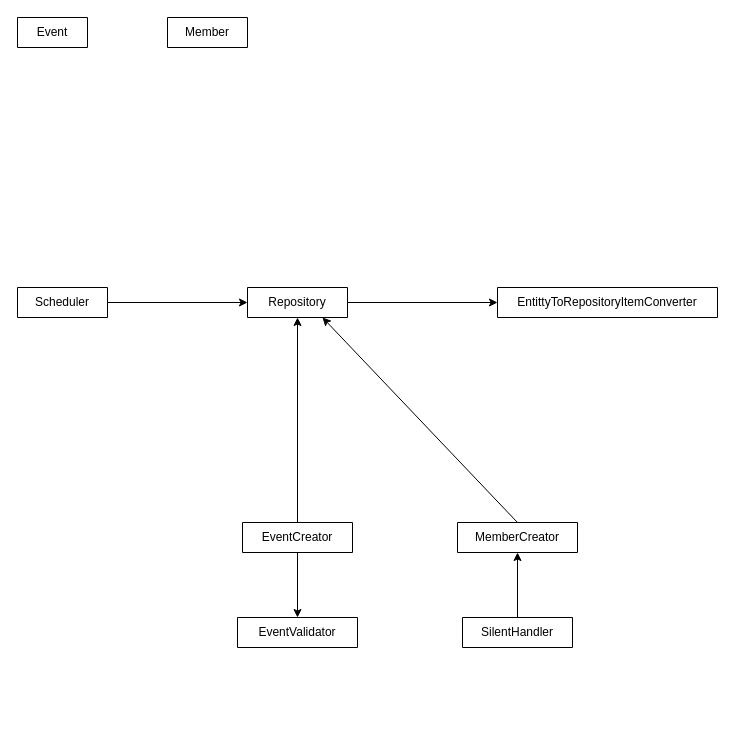
Above: Диаграмма без названия.drawio in cyberfantom2000/training_schedule_bot (draw.io), before the change. Source tidied: cells renumbered, new cells numbered last; positions are measured from the earlier drawing's top-left corner, leaving out a move shared by most shapes. Both pictures are drawn from the tidied source at 100%, with x=0, y=0 at pixel (17, 17).
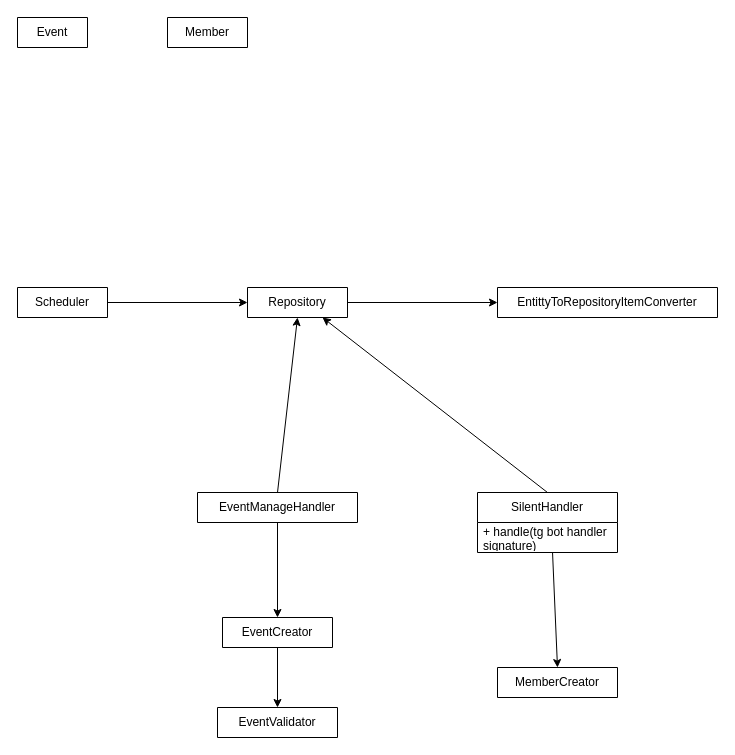
Above is the later version.

Change to the diagram source:
```diff
@@
 <mxGraphModel>
   <root>
     <mxCell id="0" />
     <mxCell id="1" parent="0" />
     <mxCell id="2" value="Event" style="swimlane;fontStyle=0;horizontal=1;startSize=30;whiteSpace=wrap;html=1;" parent="1" vertex="1" collapsed="1">
       <mxGeometry width="70" height="30" as="geometry" />
     </mxCell>
     <mxCell id="3" value="Member" style="swimlane;fontStyle=0;horizontal=1;startSize=30;whiteSpace=wrap;html=1;" parent="1" vertex="1" collapsed="1">
       <mxGeometry x="150" width="80" height="30" as="geometry" />
     </mxCell>
     <mxCell id="4" value="Scheduler" style="swimlane;fontStyle=0;horizontal=1;startSize=30;whiteSpace=wrap;html=1;" parent="1" vertex="1" collapsed="1">
       <mxGeometry y="270" width="90" height="30" as="geometry" />
     </mxCell>
     <mxCell id="5" value="Repository" style="swimlane;fontStyle=0;horizontal=1;startSize=30;whiteSpace=wrap;html=1;" parent="1" vertex="1" collapsed="1">
       <mxGeometry x="230" y="270" width="100" height="30" as="geometry" />
     </mxCell>
     <mxCell id="6" style="endArrow=classic;html=1;rounded=0;exitX=1;exitY=0.5;exitDx=0;exitDy=0;entryX=0;entryY=0.5;entryDx=0;entryDy=0;" parent="1" edge="1" source="4" target="5">
       <mxGeometry relative="1" as="geometry" />
     </mxCell>
     <mxCell id="7" value="EventCreator" style="swimlane;fontStyle=0;horizontal=1;startSize=30;whiteSpace=wrap;html=1;" parent="1" vertex="1" collapsed="1">
-      <mxGeometry x="225" y="505" width="110" height="30" as="geometry" />
+      <mxGeometry x="205" y="600" width="110" height="30" as="geometry" />
     </mxCell>
     <mxCell id="8" value="EntittyToRepositoryItemConverter" style="swimlane;fontStyle=0;horizontal=1;startSize=30;whiteSpace=wrap;html=1;" parent="1" vertex="1" collapsed="1">
       <mxGeometry x="480" y="270" width="220" height="30" as="geometry" />
     </mxCell>
     <mxCell id="9" style="endArrow=classic;html=1;rounded=0;exitX=1;exitY=0.5;exitDx=0;exitDy=0;entryX=0;entryY=0.5;entryDx=0;entryDy=0;" parent="1" edge="1" source="5" target="8">
       <mxGeometry relative="1" as="geometry" />
     </mxCell>
     <mxCell id="10" value="EventValidator" style="swimlane;fontStyle=0;horizontal=1;startSize=30;whiteSpace=wrap;html=1;" parent="1" vertex="1" collapsed="1">
-      <mxGeometry x="220" y="600" width="120" height="30" as="geometry" />
+      <mxGeometry x="200" y="690" width="120" height="30" as="geometry" />
     </mxCell>
     <mxCell id="11" value="MemberCreator" style="swimlane;fontStyle=0;horizontal=1;startSize=30;whiteSpace=wrap;html=1;" parent="1" vertex="1" collapsed="1">
-      <mxGeometry x="440" y="505" width="120" height="30" as="geometry" />
+      <mxGeometry x="480" y="650" width="120" height="30" as="geometry" />
     </mxCell>
-    <mxCell id="12" style="endArrow=classic;html=1;rounded=0;exitX=0.5;exitY=0;exitDx=0;exitDy=0;entryX=0.75;entryY=1;entryDx=0;entryDy=0;" parent="1" edge="1" source="11" target="5">
+    <mxCell id="12" style="endArrow=classic;html=1;rounded=0;entryX=0.75;entryY=1;entryDx=0;entryDy=0;exitX=0.5;exitY=0;exitDx=0;exitDy=0;" parent="1" edge="1" source="15" target="5">
       <mxGeometry relative="1" as="geometry" />
     </mxCell>
-    <mxCell id="13" style="endArrow=classic;html=1;rounded=0;entryX=0.5;entryY=1;entryDx=0;entryDy=0;exitX=0.5;exitY=0;exitDx=0;exitDy=0;" parent="1" edge="1" source="7" target="5">
+    <mxCell id="13" style="endArrow=classic;html=1;rounded=0;entryX=0.5;entryY=1;entryDx=0;entryDy=0;exitX=0.5;exitY=0;exitDx=0;exitDy=0;" parent="1" edge="1" source="18" target="5">
       <mxGeometry relative="1" as="geometry" />
     </mxCell>
     <mxCell id="14" style="endArrow=classic;html=1;rounded=0;entryX=0.5;entryY=0;entryDx=0;entryDy=0;exitX=0.5;exitY=1;exitDx=0;exitDy=0;" parent="1" edge="1" source="7" target="10">
       <mxGeometry relative="1" as="geometry" />
     </mxCell>
-    <mxCell id="15" value="SilentHandler" style="swimlane;fontStyle=0;horizontal=1;startSize=30;whiteSpace=wrap;html=1;" parent="1" vertex="1" collapsed="1">
-      <mxGeometry x="445" y="600" width="110" height="30" as="geometry" />
+    <mxCell id="15" value="SilentHandler" style="swimlane;fontStyle=0;horizontal=1;startSize=30;whiteSpace=wrap;html=1;" parent="1" vertex="1">
+      <mxGeometry x="460" y="475" width="140" height="60" as="geometry" />
     </mxCell>
-    <mxCell id="16" style="endArrow=classic;html=1;rounded=0;entryX=0.5;entryY=1;entryDx=0;entryDy=0;exitX=0.5;exitY=0;exitDx=0;exitDy=0;" parent="1" edge="1" source="15" target="11">
-      <mxGeometry relative="1" as="geometry" />
-    </mxCell>
+    <mxCell id="17" value="+ handle(tg bot handler signature)" style="text;strokeColor=none;fillColor=none;align=left;verticalAlign=middle;spacingLeft=4;spacingRight=4;overflow=hidden;points=[[0,0.5],[1,0.5]];portConstraint=eastwest;whiteSpace=wrap;html=1;" parent="15" vertex="1">
+      <mxGeometry y="30" width="140" height="30" as="geometry" />
+    </mxCell>
+    <mxCell id="18" value="EventManageHandler" style="swimlane;fontStyle=0;horizontal=1;startSize=30;whiteSpace=wrap;html=1;" parent="1" vertex="1" collapsed="1">
+      <mxGeometry x="180" y="475" width="160" height="30" as="geometry" />
+    </mxCell>
+    <mxCell id="19" style="endArrow=classic;html=1;rounded=0;exitX=0.5;exitY=1;exitDx=0;exitDy=0;entryX=0.5;entryY=0;entryDx=0;entryDy=0;" parent="1" edge="1" source="18" target="7">
+      <mxGeometry relative="1" as="geometry" />
+    </mxCell>
+    <mxCell id="20" style="endArrow=classic;html=1;rounded=0;exitX=0.536;exitY=1;exitDx=0;exitDy=0;exitPerimeter=0;entryX=0.5;entryY=0;entryDx=0;entryDy=0;" parent="1" edge="1" source="17" target="11">
+      <mxGeometry relative="1" as="geometry" />
+    </mxCell>
   </root>
 </mxGraphModel>
```
